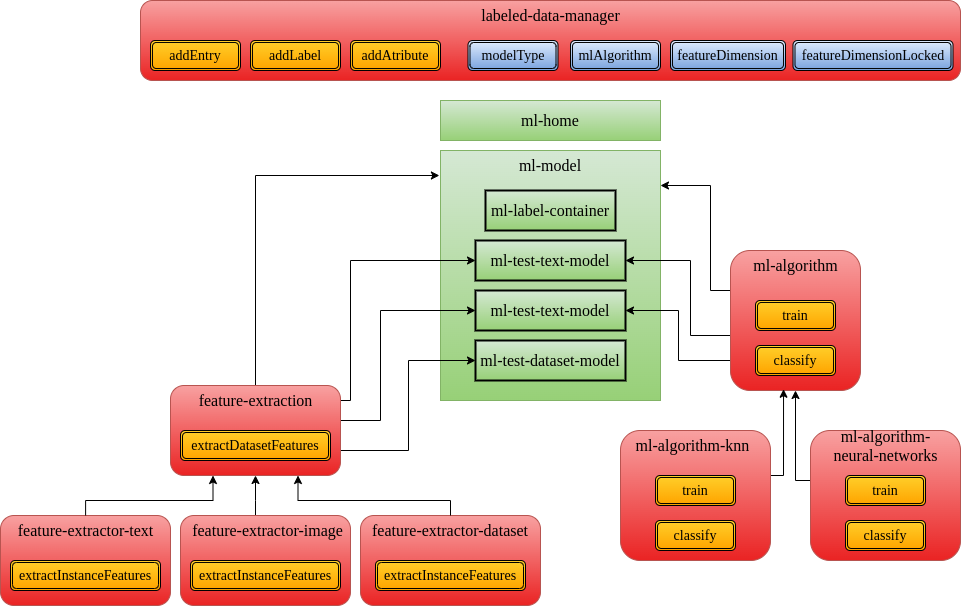
Above: img/arquitectura_nueva.png in iruedar/MemoriaTFG-IgnacioRuedaRodriguez (draw.io), before the change. Source tidied: cells renumbered, new cells last; positions are measured from the earlier drawing's top-left corner, leaving out a move shared by most shapes. Its diagram source:
```xml
<mxGraphModel>
  <root>
    <mxCell id="0" />
    <mxCell id="1" parent="0" />
    <mxCell id="2" style="rounded=1;whiteSpace=wrap;html=1;fontSize=12;glass=0;strokeWidth=1;shadow=0;fillColor=#F8A1A1;gradientColor=#EA2323;strokeColor=#b85450;" parent="1" vertex="1">
      <mxGeometry x="140" width="820" height="80" as="geometry" />
    </mxCell>
    <mxCell id="3" value="&lt;font face=&quot;Times New Roman&quot; style=&quot;vertical-align: inherit&quot;&gt;&lt;font style=&quot;vertical-align: inherit ; font-size: 14px&quot;&gt;addEntry&lt;/font&gt;&lt;/font&gt;" style="shape=ext;double=1;rounded=1;whiteSpace=wrap;html=1;fillColor=#ffcd28;gradientColor=#ffa500;strokeColor=#000000;" parent="1" vertex="1">
      <mxGeometry x="150" y="40" width="90" height="30" as="geometry" />
    </mxCell>
    <mxCell id="4" value="&lt;font&gt;&lt;font style=&quot;vertical-align: inherit ; font-size: 14px&quot; face=&quot;Times New Roman&quot;&gt;addLabel&lt;/font&gt;&lt;/font&gt;" style="shape=ext;double=1;rounded=1;whiteSpace=wrap;html=1;fillColor=#ffcd28;gradientColor=#ffa500;strokeColor=#000000;" parent="1" vertex="1">
      <mxGeometry x="250" y="40" width="90" height="30" as="geometry" />
    </mxCell>
    <mxCell id="5" value="&lt;font face=&quot;Times New Roman&quot;&gt;&lt;font style=&quot;vertical-align: inherit ; font-size: 14px&quot;&gt;modelType&lt;/font&gt;&lt;/font&gt;" style="shape=ext;double=1;rounded=1;whiteSpace=wrap;html=1;fillColor=#dae8fc;gradientColor=#7ea6e0;strokeColor=#000000;" parent="1" vertex="1">
      <mxGeometry x="467.5" y="40" width="90" height="30" as="geometry" />
    </mxCell>
    <mxCell id="6" value="&lt;font style=&quot;vertical-align: inherit ; font-size: 14px&quot; face=&quot;Times New Roman&quot;&gt;mlAlgorithm&lt;/font&gt;" style="shape=ext;double=1;rounded=1;whiteSpace=wrap;html=1;fillColor=#dae8fc;gradientColor=#7ea6e0;strokeColor=#000000;gradientDirection=south;" parent="1" vertex="1">
      <mxGeometry x="570" y="40" width="90" height="30" as="geometry" />
    </mxCell>
    <mxCell id="7" value="&lt;font style=&quot;vertical-align: inherit ; font-size: 16px&quot;&gt;labeled-data-manager&lt;/font&gt;" style="text;html=1;strokeColor=none;fillColor=none;align=center;verticalAlign=middle;whiteSpace=wrap;rounded=0;fontFamily=Times New Roman;" parent="1" vertex="1">
      <mxGeometry x="467.5" width="165" height="30" as="geometry" />
    </mxCell>
    <mxCell id="8" value="ml-home" style="rounded=0;whiteSpace=wrap;html=1;fontFamily=Times New Roman;fontSize=16;fillColor=#d5e8d4;gradientColor=#97d077;strokeColor=#82b366;" parent="1" vertex="1">
      <mxGeometry x="440" y="100" width="220" height="40" as="geometry" />
    </mxCell>
    <mxCell id="9" style="rounded=0;whiteSpace=wrap;html=1;fontFamily=Times New Roman;fontSize=16;fillColor=#d5e8d4;gradientColor=#97d077;strokeColor=#82b366;" parent="1" vertex="1">
      <mxGeometry x="440" y="150" width="220" height="250" as="geometry" />
    </mxCell>
    <mxCell id="10" value="ml-label-container" style="rounded=0;whiteSpace=wrap;html=1;fontFamily=Times New Roman;fontSize=16;fillColor=#d5e8d4;gradientColor=#97d077;strokeColor=#000000;strokeWidth=2;" parent="1" vertex="1">
      <mxGeometry x="485" y="190" width="130" height="40" as="geometry" />
    </mxCell>
    <mxCell id="11" value="ml-test-text-model" style="rounded=0;whiteSpace=wrap;html=1;fontFamily=Times New Roman;fontSize=16;fillColor=#d5e8d4;gradientColor=#97d077;strokeColor=#000000;strokeWidth=2;" parent="1" vertex="1">
      <mxGeometry x="475" y="240" width="150" height="40" as="geometry" />
    </mxCell>
    <mxCell id="12" value="&lt;font style=&quot;font-size: 16px&quot;&gt;ml-model&lt;/font&gt;" style="text;html=1;strokeColor=none;fillColor=none;align=center;verticalAlign=middle;whiteSpace=wrap;rounded=0;fontFamily=Times New Roman;fontSize=14;" parent="1" vertex="1">
      <mxGeometry x="505" y="150" width="90" height="30" as="geometry" />
    </mxCell>
    <mxCell id="13" value="ml-test-text-model" style="rounded=0;whiteSpace=wrap;html=1;fontFamily=Times New Roman;fontSize=16;fillColor=#d5e8d4;gradientColor=#97d077;strokeColor=#000000;strokeWidth=2;" parent="1" vertex="1">
      <mxGeometry x="475" y="290" width="150" height="40" as="geometry" />
    </mxCell>
    <mxCell id="14" style="edgeStyle=orthogonalEdgeStyle;rounded=0;jettySize=auto;html=1;entryX=-0.005;entryY=0.1;entryDx=0;entryDy=0;entryPerimeter=0;" parent="1" edge="1" source="18" target="9">
      <mxGeometry relative="1" as="geometry">
        <Array as="points">
          <mxPoint x="255" y="175" />
        </Array>
      </mxGeometry>
    </mxCell>
    <mxCell id="15" style="edgeStyle=orthogonalEdgeStyle;rounded=0;jettySize=auto;html=1;entryX=0;entryY=0.5;entryDx=0;entryDy=0;" parent="1" edge="1" source="18" target="11">
      <mxGeometry relative="1" as="geometry">
        <Array as="points">
          <mxPoint x="350" y="400" />
          <mxPoint x="350" y="260" />
        </Array>
      </mxGeometry>
    </mxCell>
    <mxCell id="16" style="edgeStyle=orthogonalEdgeStyle;rounded=0;jettySize=auto;html=1;entryX=0;entryY=0.5;entryDx=0;entryDy=0;" parent="1" edge="1" source="18" target="13">
      <mxGeometry relative="1" as="geometry">
        <Array as="points">
          <mxPoint x="380" y="420" />
          <mxPoint x="380" y="310" />
        </Array>
      </mxGeometry>
    </mxCell>
    <mxCell id="17" style="edgeStyle=orthogonalEdgeStyle;rounded=0;jettySize=auto;html=1;entryX=0;entryY=0.5;entryDx=0;entryDy=0;" parent="1" edge="1" source="18" target="49">
      <mxGeometry relative="1" as="geometry">
        <Array as="points">
          <mxPoint x="408" y="450" />
          <mxPoint x="408" y="360" />
        </Array>
      </mxGeometry>
    </mxCell>
    <mxCell id="18" style="rounded=1;whiteSpace=wrap;html=1;fontFamily=Times New Roman;fontSize=16;fillColor=#F8A1A1;gradientColor=#EA2323;strokeColor=#b85450;" parent="1" vertex="1">
      <mxGeometry x="170" y="385" width="170" height="90" as="geometry" />
    </mxCell>
    <mxCell id="19" value="&lt;font style=&quot;vertical-align: inherit ; font-size: 14px&quot;&gt;extractDatasetFeatures&lt;/font&gt;" style="shape=ext;double=1;rounded=1;whiteSpace=wrap;html=1;fillColor=#ffcd28;strokeColor=#000000;fontFamily=Times New Roman;gradientColor=#ffa500;" parent="1" vertex="1">
      <mxGeometry x="180" y="430" width="150" height="30" as="geometry" />
    </mxCell>
    <mxCell id="20" value="feature-extraction" style="text;html=1;strokeColor=none;fillColor=none;align=center;verticalAlign=middle;whiteSpace=wrap;rounded=0;fontFamily=Times New Roman;fontSize=16;" parent="1" vertex="1">
      <mxGeometry x="187.5" y="385" width="135" height="30" as="geometry" />
    </mxCell>
    <mxCell id="21" style="edgeStyle=orthogonalEdgeStyle;rounded=0;jettySize=auto;html=1;fontFamily=Times New Roman;fontSize=16;" parent="1" edge="1" source="24" target="13">
      <mxGeometry relative="1" as="geometry">
        <Array as="points">
          <mxPoint x="678" y="360" />
          <mxPoint x="678" y="310" />
        </Array>
      </mxGeometry>
    </mxCell>
    <mxCell id="22" style="edgeStyle=orthogonalEdgeStyle;rounded=0;jettySize=auto;html=1;entryX=1;entryY=0.5;entryDx=0;entryDy=0;fontFamily=Times New Roman;fontSize=16;" parent="1" edge="1" source="24" target="11">
      <mxGeometry relative="1" as="geometry">
        <Array as="points">
          <mxPoint x="690" y="335" />
          <mxPoint x="690" y="260" />
        </Array>
      </mxGeometry>
    </mxCell>
    <mxCell id="23" style="edgeStyle=orthogonalEdgeStyle;rounded=0;jettySize=auto;html=1;" parent="1" edge="1" source="24">
      <mxGeometry relative="1" as="geometry">
        <mxPoint x="660" y="185" as="targetPoint" />
        <Array as="points">
          <mxPoint x="710" y="290" />
          <mxPoint x="710" y="185" />
        </Array>
      </mxGeometry>
    </mxCell>
    <mxCell id="24" style="rounded=1;whiteSpace=wrap;html=1;fontFamily=Times New Roman;fontSize=16;fillColor=#F8A1A1;gradientColor=#EA2323;strokeColor=#b85450;" parent="1" vertex="1">
      <mxGeometry x="730" y="250" width="130" height="140" as="geometry" />
    </mxCell>
    <mxCell id="25" value="&lt;font style=&quot;vertical-align: inherit ; font-size: 14px&quot; face=&quot;Times New Roman&quot;&gt;train&lt;/font&gt;" style="shape=ext;double=1;rounded=1;whiteSpace=wrap;html=1;fillColor=#ffcd28;gradientColor=#ffa500;strokeColor=#000000;" parent="1" vertex="1">
      <mxGeometry x="755" y="300" width="80" height="30" as="geometry" />
    </mxCell>
    <mxCell id="26" value="&lt;font style=&quot;vertical-align: inherit ; font-size: 14px&quot; face=&quot;Times New Roman&quot;&gt;classify&lt;/font&gt;" style="shape=ext;double=1;rounded=1;whiteSpace=wrap;html=1;fillColor=#ffcd28;gradientColor=#ffa500;strokeColor=#000000;" parent="1" vertex="1">
      <mxGeometry x="755" y="345" width="80" height="30" as="geometry" />
    </mxCell>
    <mxCell id="27" style="edgeStyle=orthogonalEdgeStyle;rounded=0;jettySize=auto;html=1;entryX=0.408;entryY=0.991;entryDx=0;entryDy=0;entryPerimeter=0;fontFamily=Times New Roman;fontSize=16;" parent="1" edge="1" source="28" target="24">
      <mxGeometry relative="1" as="geometry">
        <Array as="points">
          <mxPoint x="783" y="475" />
        </Array>
      </mxGeometry>
    </mxCell>
    <mxCell id="28" style="rounded=1;whiteSpace=wrap;html=1;fontFamily=Times New Roman;fontSize=16;fillColor=#F8A1A1;gradientColor=#EA2323;strokeColor=#b85450;" parent="1" vertex="1">
      <mxGeometry x="620" y="430" width="150" height="130" as="geometry" />
    </mxCell>
    <mxCell id="29" value="&lt;font style=&quot;vertical-align: inherit ; font-size: 14px&quot; face=&quot;Times New Roman&quot;&gt;train&lt;/font&gt;" style="shape=ext;double=1;rounded=1;whiteSpace=wrap;html=1;fillColor=#ffcd28;gradientColor=#ffa500;strokeColor=#000000;" parent="1" vertex="1">
      <mxGeometry x="655" y="475" width="80" height="30" as="geometry" />
    </mxCell>
    <mxCell id="30" value="&lt;font style=&quot;vertical-align: inherit ; font-size: 14px&quot; face=&quot;Times New Roman&quot;&gt;classify&lt;/font&gt;" style="shape=ext;double=1;rounded=1;whiteSpace=wrap;html=1;fillColor=#ffcd28;gradientColor=#ffa500;strokeColor=#000000;" parent="1" vertex="1">
      <mxGeometry x="655" y="520" width="80" height="30" as="geometry" />
    </mxCell>
    <mxCell id="31" style="edgeStyle=orthogonalEdgeStyle;rounded=0;jettySize=auto;html=1;entryX=0.5;entryY=1;entryDx=0;entryDy=0;fontFamily=Times New Roman;fontSize=16;" parent="1" edge="1" source="32" target="24">
      <mxGeometry relative="1" as="geometry">
        <Array as="points">
          <mxPoint x="795" y="480" />
        </Array>
      </mxGeometry>
    </mxCell>
    <mxCell id="32" style="rounded=1;whiteSpace=wrap;html=1;fontFamily=Times New Roman;fontSize=16;fillColor=#F8A1A1;gradientColor=#EA2323;strokeColor=#b85450;" parent="1" vertex="1">
      <mxGeometry x="810" y="430" width="150" height="130" as="geometry" />
    </mxCell>
    <mxCell id="33" value="&lt;font style=&quot;vertical-align: inherit ; font-size: 14px&quot; face=&quot;Times New Roman&quot;&gt;train&lt;/font&gt;" style="shape=ext;double=1;rounded=1;whiteSpace=wrap;html=1;fillColor=#ffcd28;gradientColor=#ffa500;strokeColor=#000000;" parent="1" vertex="1">
      <mxGeometry x="845" y="475" width="80" height="30" as="geometry" />
    </mxCell>
    <mxCell id="34" value="&lt;font style=&quot;vertical-align: inherit ; font-size: 14px&quot; face=&quot;Times New Roman&quot;&gt;classify&lt;/font&gt;" style="shape=ext;double=1;rounded=1;whiteSpace=wrap;html=1;fillColor=#ffcd28;gradientColor=#ffa500;strokeColor=#000000;" parent="1" vertex="1">
      <mxGeometry x="845" y="520" width="80" height="30" as="geometry" />
    </mxCell>
    <mxCell id="35" style="rounded=1;whiteSpace=wrap;html=1;fontFamily=Times New Roman;fontSize=16;fillColor=#F8A1A1;gradientColor=#EA2323;strokeColor=#b85450;" parent="1" vertex="1">
      <mxGeometry y="515" width="170" height="90" as="geometry" />
    </mxCell>
    <mxCell id="36" value="&lt;font style=&quot;vertical-align: inherit ; font-size: 14px&quot; face=&quot;Times New Roman&quot;&gt;extractInstanceFeatures&lt;/font&gt;" style="shape=ext;double=1;rounded=1;whiteSpace=wrap;html=1;fillColor=#ffcd28;gradientColor=#ffa500;strokeColor=#000000;" parent="1" vertex="1">
      <mxGeometry x="10" y="560" width="150" height="30" as="geometry" />
    </mxCell>
    <mxCell id="37" style="edgeStyle=orthogonalEdgeStyle;rounded=0;jettySize=auto;html=1;entryX=0.5;entryY=1;entryDx=0;entryDy=0;" parent="1" edge="1" source="38" target="18">
      <mxGeometry relative="1" as="geometry">
        <Array as="points">
          <mxPoint x="255" y="500" />
          <mxPoint x="255" y="500" />
        </Array>
      </mxGeometry>
    </mxCell>
    <mxCell id="38" style="rounded=1;whiteSpace=wrap;html=1;fontFamily=Times New Roman;fontSize=16;fillColor=#F8A1A1;gradientColor=#EA2323;strokeColor=#b85450;" parent="1" vertex="1">
      <mxGeometry x="180" y="515" width="170" height="90" as="geometry" />
    </mxCell>
    <mxCell id="39" value="&lt;span style=&quot;font-family: &amp;#34;times new roman&amp;#34; ; font-size: 14px&quot;&gt;extractInstanceFeatures&lt;/span&gt;" style="shape=ext;double=1;rounded=1;whiteSpace=wrap;html=1;fillColor=#ffcd28;gradientColor=#ffa500;strokeColor=#000000;" parent="1" vertex="1">
      <mxGeometry x="190" y="560" width="150" height="30" as="geometry" />
    </mxCell>
    <mxCell id="40" value="ml-algorithm" style="text;html=1;strokeColor=none;fillColor=none;align=center;verticalAlign=middle;whiteSpace=wrap;rounded=0;fontFamily=Times New Roman;fontSize=16;" parent="1" vertex="1">
      <mxGeometry x="727.5" y="250" width="135" height="30" as="geometry" />
    </mxCell>
    <mxCell id="41" style="edgeStyle=orthogonalEdgeStyle;rounded=0;jettySize=auto;html=1;entryX=0.25;entryY=1;entryDx=0;entryDy=0;" parent="1" edge="1" source="42" target="18">
      <mxGeometry relative="1" as="geometry">
        <Array as="points">
          <mxPoint x="85" y="500" />
          <mxPoint x="213" y="500" />
        </Array>
      </mxGeometry>
    </mxCell>
    <mxCell id="42" value="feature-extractor-text" style="text;html=1;strokeColor=none;fillColor=none;align=center;verticalAlign=middle;whiteSpace=wrap;rounded=0;fontFamily=Times New Roman;fontSize=16;" parent="1" vertex="1">
      <mxGeometry x="3.8" y="515" width="162.5" height="30" as="geometry" />
    </mxCell>
    <mxCell id="43" value="feature-extractor-image" style="text;html=1;strokeColor=none;fillColor=none;align=center;verticalAlign=middle;whiteSpace=wrap;rounded=0;fontFamily=Times New Roman;fontSize=16;" parent="1" vertex="1">
      <mxGeometry x="190" y="515" width="155" height="30" as="geometry" />
    </mxCell>
    <mxCell id="44" value="ml-algorithm-knn" style="text;html=1;strokeColor=none;fillColor=none;align=center;verticalAlign=middle;whiteSpace=wrap;rounded=0;fontFamily=Times New Roman;fontSize=16;" parent="1" vertex="1">
      <mxGeometry x="625" y="430" width="135" height="30" as="geometry" />
    </mxCell>
    <mxCell id="45" value="ml-algorithm-neural-networks" style="text;html=1;strokeColor=none;fillColor=none;align=center;verticalAlign=middle;whiteSpace=wrap;rounded=0;fontFamily=Times New Roman;fontSize=16;" parent="1" vertex="1">
      <mxGeometry x="817.5" y="430" width="135" height="30" as="geometry" />
    </mxCell>
    <mxCell id="46" value="&lt;font face=&quot;Times New Roman&quot; style=&quot;vertical-align: inherit&quot;&gt;&lt;font style=&quot;vertical-align: inherit ; font-size: 14px&quot;&gt;addAtribute&lt;/font&gt;&lt;/font&gt;" style="shape=ext;double=1;rounded=1;whiteSpace=wrap;html=1;fillColor=#ffcd28;gradientColor=#ffa500;strokeColor=#000000;" parent="1" vertex="1">
      <mxGeometry x="350" y="40" width="90" height="30" as="geometry" />
    </mxCell>
    <mxCell id="47" value="&lt;font style=&quot;vertical-align: inherit ; font-size: 14px&quot; face=&quot;Times New Roman&quot;&gt;featureDimension&lt;/font&gt;" style="shape=ext;double=1;rounded=1;whiteSpace=wrap;html=1;fillColor=#dae8fc;gradientColor=#7ea6e0;strokeColor=#000000;gradientDirection=south;" parent="1" vertex="1">
      <mxGeometry x="670" y="40" width="115" height="30" as="geometry" />
    </mxCell>
    <mxCell id="48" value="&lt;font style=&quot;vertical-align: inherit ; font-size: 14px&quot; face=&quot;Times New Roman&quot;&gt;featureDimensionLocked&lt;/font&gt;" style="shape=ext;double=1;rounded=1;whiteSpace=wrap;html=1;fillColor=#dae8fc;gradientColor=#7ea6e0;strokeColor=#000000;gradientDirection=south;" parent="1" vertex="1">
      <mxGeometry x="792.5" y="40" width="160" height="30" as="geometry" />
    </mxCell>
    <mxCell id="49" value="ml-test-dataset-model" style="rounded=0;whiteSpace=wrap;html=1;fontFamily=Times New Roman;fontSize=16;fillColor=#d5e8d4;gradientColor=#97d077;strokeColor=#000000;strokeWidth=2;" parent="1" vertex="1">
      <mxGeometry x="475" y="340" width="150" height="40" as="geometry" />
    </mxCell>
    <mxCell id="50" style="rounded=1;whiteSpace=wrap;html=1;fontFamily=Times New Roman;fontSize=16;fillColor=#F8A1A1;gradientColor=#EA2323;strokeColor=#b85450;" parent="1" vertex="1">
      <mxGeometry x="360" y="515" width="180" height="90" as="geometry" />
    </mxCell>
    <mxCell id="51" value="&lt;span style=&quot;font-family: &amp;#34;times new roman&amp;#34; ; font-size: 14px&quot;&gt;extractInstanceFeatures&lt;/span&gt;" style="shape=ext;double=1;rounded=1;whiteSpace=wrap;html=1;fillColor=#ffcd28;gradientColor=#ffa500;strokeColor=#000000;" parent="1" vertex="1">
      <mxGeometry x="375" y="560" width="150" height="30" as="geometry" />
    </mxCell>
    <mxCell id="52" style="edgeStyle=orthogonalEdgeStyle;rounded=0;jettySize=auto;html=1;entryX=0.75;entryY=1;entryDx=0;entryDy=0;" parent="1" edge="1" source="53" target="18">
      <mxGeometry relative="1" as="geometry">
        <Array as="points">
          <mxPoint x="450" y="500" />
          <mxPoint x="298" y="500" />
        </Array>
      </mxGeometry>
    </mxCell>
    <mxCell id="53" value="feature-extractor-dataset" style="text;html=1;strokeColor=none;fillColor=none;align=center;verticalAlign=middle;whiteSpace=wrap;rounded=0;fontFamily=Times New Roman;fontSize=16;" parent="1" vertex="1">
      <mxGeometry x="370" y="515" width="160" height="30" as="geometry" />
    </mxCell>
  </root>
</mxGraphModel>
```
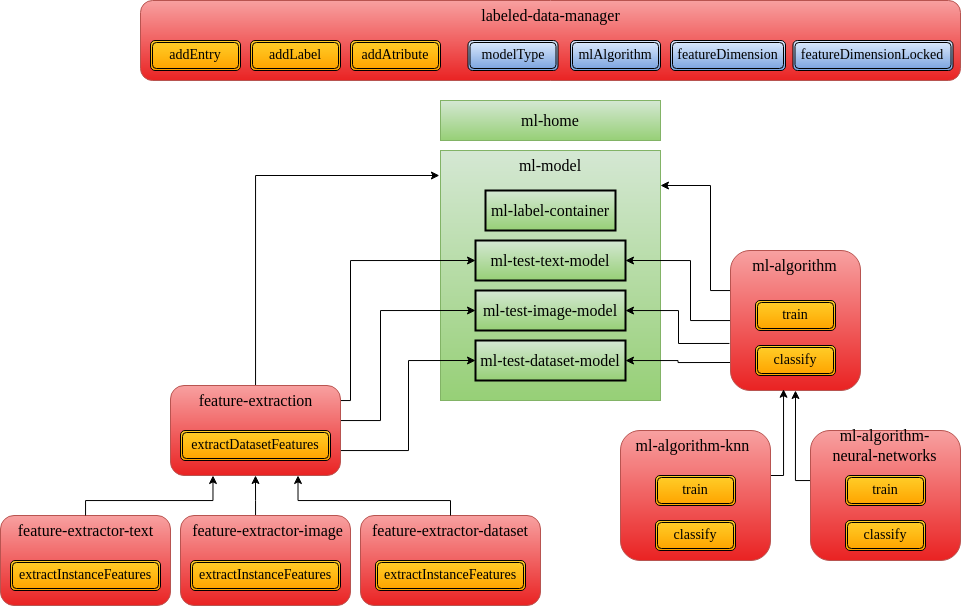
After the change.

Change to the diagram source:
```diff
@@ -35,7 +35,7 @@
     <mxCell id="12" value="&lt;font style=&quot;font-size: 16px&quot;&gt;ml-model&lt;/font&gt;" style="text;html=1;strokeColor=none;fillColor=none;align=center;verticalAlign=middle;whiteSpace=wrap;rounded=0;fontFamily=Times New Roman;fontSize=14;" parent="1" vertex="1">
       <mxGeometry x="505" y="150" width="90" height="30" as="geometry" />
     </mxCell>
-    <mxCell id="13" value="ml-test-text-model" style="rounded=0;whiteSpace=wrap;html=1;fontFamily=Times New Roman;fontSize=16;fillColor=#d5e8d4;gradientColor=#97d077;strokeColor=#000000;strokeWidth=2;" parent="1" vertex="1">
+    <mxCell id="13" value="ml-test-image-model" style="rounded=0;whiteSpace=wrap;html=1;fontFamily=Times New Roman;fontSize=16;fillColor=#d5e8d4;gradientColor=#97d077;strokeColor=#000000;strokeWidth=2;" parent="1" vertex="1">
       <mxGeometry x="475" y="290" width="150" height="40" as="geometry" />
     </mxCell>
     <mxCell id="14" style="edgeStyle=orthogonalEdgeStyle;rounded=0;jettySize=auto;html=1;entryX=-0.005;entryY=0.1;entryDx=0;entryDy=0;entryPerimeter=0;" parent="1" edge="1" source="18" target="9">
@@ -78,10 +78,10 @@
     <mxCell id="20" value="feature-extraction" style="text;html=1;strokeColor=none;fillColor=none;align=center;verticalAlign=middle;whiteSpace=wrap;rounded=0;fontFamily=Times New Roman;fontSize=16;" parent="1" vertex="1">
       <mxGeometry x="187.5" y="385" width="135" height="30" as="geometry" />
     </mxCell>
-    <mxCell id="21" style="edgeStyle=orthogonalEdgeStyle;rounded=0;jettySize=auto;html=1;fontFamily=Times New Roman;fontSize=16;" parent="1" edge="1" source="24" target="13">
+    <mxCell id="21" style="edgeStyle=orthogonalEdgeStyle;rounded=0;jettySize=auto;html=1;fontFamily=Times New Roman;fontSize=16;exitX=-0.008;exitY=0.664;exitDx=0;exitDy=0;exitPerimeter=0;" parent="1" edge="1" source="24" target="13">
       <mxGeometry relative="1" as="geometry">
         <Array as="points">
-          <mxPoint x="678" y="360" />
+          <mxPoint x="678" y="343" />
           <mxPoint x="678" y="310" />
         </Array>
       </mxGeometry>
@@ -89,7 +89,7 @@
     <mxCell id="22" style="edgeStyle=orthogonalEdgeStyle;rounded=0;jettySize=auto;html=1;entryX=1;entryY=0.5;entryDx=0;entryDy=0;fontFamily=Times New Roman;fontSize=16;" parent="1" edge="1" source="24" target="11">
       <mxGeometry relative="1" as="geometry">
         <Array as="points">
-          <mxPoint x="690" y="335" />
+          <mxPoint x="690" y="320" />
           <mxPoint x="690" y="260" />
         </Array>
       </mxGeometry>
@@ -103,6 +103,9 @@
         </Array>
       </mxGeometry>
     </mxCell>
+    <mxCell id="54" style="edgeStyle=orthogonalEdgeStyle;rounded=0;jettySize=auto;html=1;exitX=-0.003;exitY=0.8;exitDx=0;exitDy=0;exitPerimeter=0;" parent="1" edge="1" source="24" target="49">
+      <mxGeometry relative="1" as="geometry" />
+    </mxCell>
     <mxCell id="24" style="rounded=1;whiteSpace=wrap;html=1;fontFamily=Times New Roman;fontSize=16;fillColor=#F8A1A1;gradientColor=#EA2323;strokeColor=#b85450;" parent="1" vertex="1">
       <mxGeometry x="730" y="250" width="130" height="140" as="geometry" />
     </mxCell>
```
